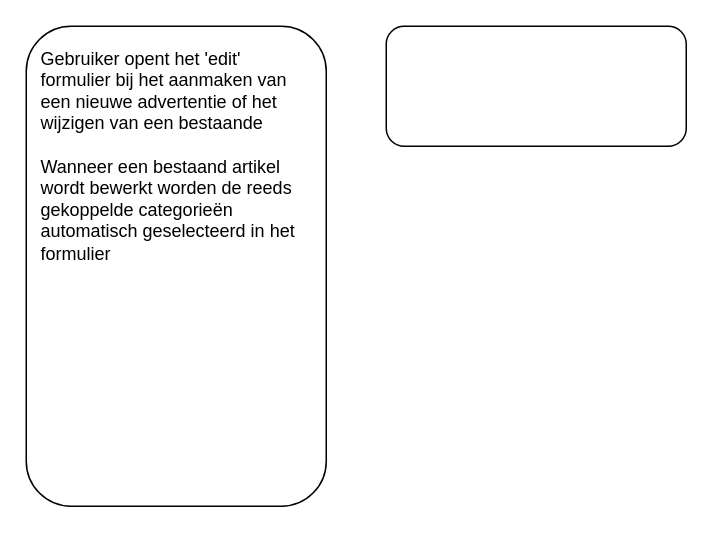
The draw.io diagram laravel_marktplaats.drawio in Sm4rtieQQ/marktplaats, before the edit. Source tidied: cells renumbered, new cells numbered last; positions are measured from the earlier drawing's top-left corner, leaving out a move shared by most shapes. Both pictures are drawn from the tidied source at 150%, with x=0, y=0 at pixel (26, 26).
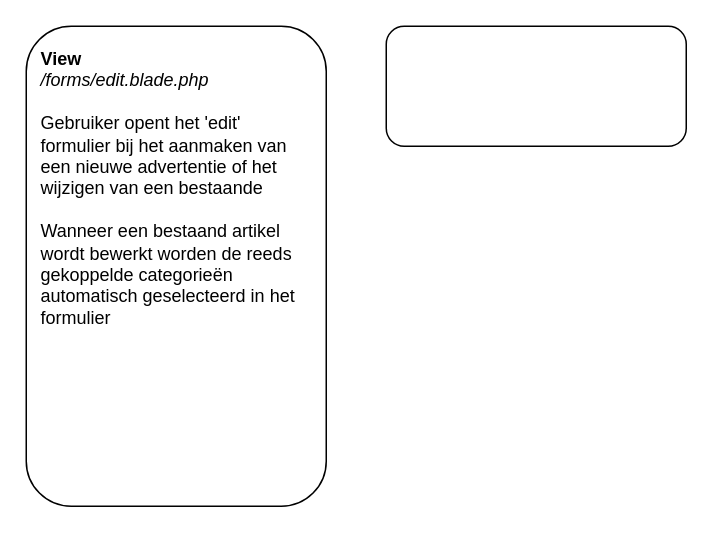
The same diagram, later.

Change to the diagram source:
```diff
@@
 <mxGraphModel>
   <root>
     <mxCell id="0" />
     <mxCell id="1" parent="0" />
-    <mxCell id="2" value="&lt;div&gt;Gebruiker opent het 'edit' formulier bij het aanmaken van een nieuwe advertentie of het wijzigen van een bestaande&lt;/div&gt;&lt;div&gt;&lt;br&gt;&lt;/div&gt;&lt;div&gt;Wanneer een bestaand artikel wordt bewerkt worden de reeds gekoppelde categorieën automatisch geselecteerd in het formulier&lt;/div&gt;&lt;br&gt;&lt;div&gt;&lt;br&gt;&lt;/div&gt;" style="rounded=1;whiteSpace=wrap;html=1;align=left;verticalAlign=top;spacing=10;" parent="1" vertex="1">
+    <mxCell id="2" value="&lt;div&gt;&lt;b&gt;View&lt;/b&gt;&lt;/div&gt;&lt;div&gt;&lt;i&gt;/forms/edit.blade.php&lt;/i&gt;&lt;/div&gt;&lt;div&gt;&lt;br&gt;&lt;/div&gt;&lt;div&gt;Gebruiker opent het 'edit' formulier bij het aanmaken van een nieuwe advertentie of het wijzigen van een bestaande&lt;/div&gt;&lt;div&gt;&lt;br&gt;&lt;/div&gt;&lt;div&gt;Wanneer een bestaand artikel wordt bewerkt worden de reeds gekoppelde categorieën automatisch geselecteerd in het formulier&lt;/div&gt;&lt;br&gt;&lt;div&gt;&lt;br&gt;&lt;/div&gt;" style="rounded=1;whiteSpace=wrap;html=1;align=left;verticalAlign=top;spacing=10;" parent="1" vertex="1">
       <mxGeometry width="200" height="320" as="geometry" />
     </mxCell>
     <mxCell id="3" style="rounded=1;whiteSpace=wrap;html=1;align=left;verticalAlign=top;spacing=10;" parent="1" vertex="1">
       <mxGeometry x="240" width="200" height="80" as="geometry" />
     </mxCell>
   </root>
 </mxGraphModel>
```
